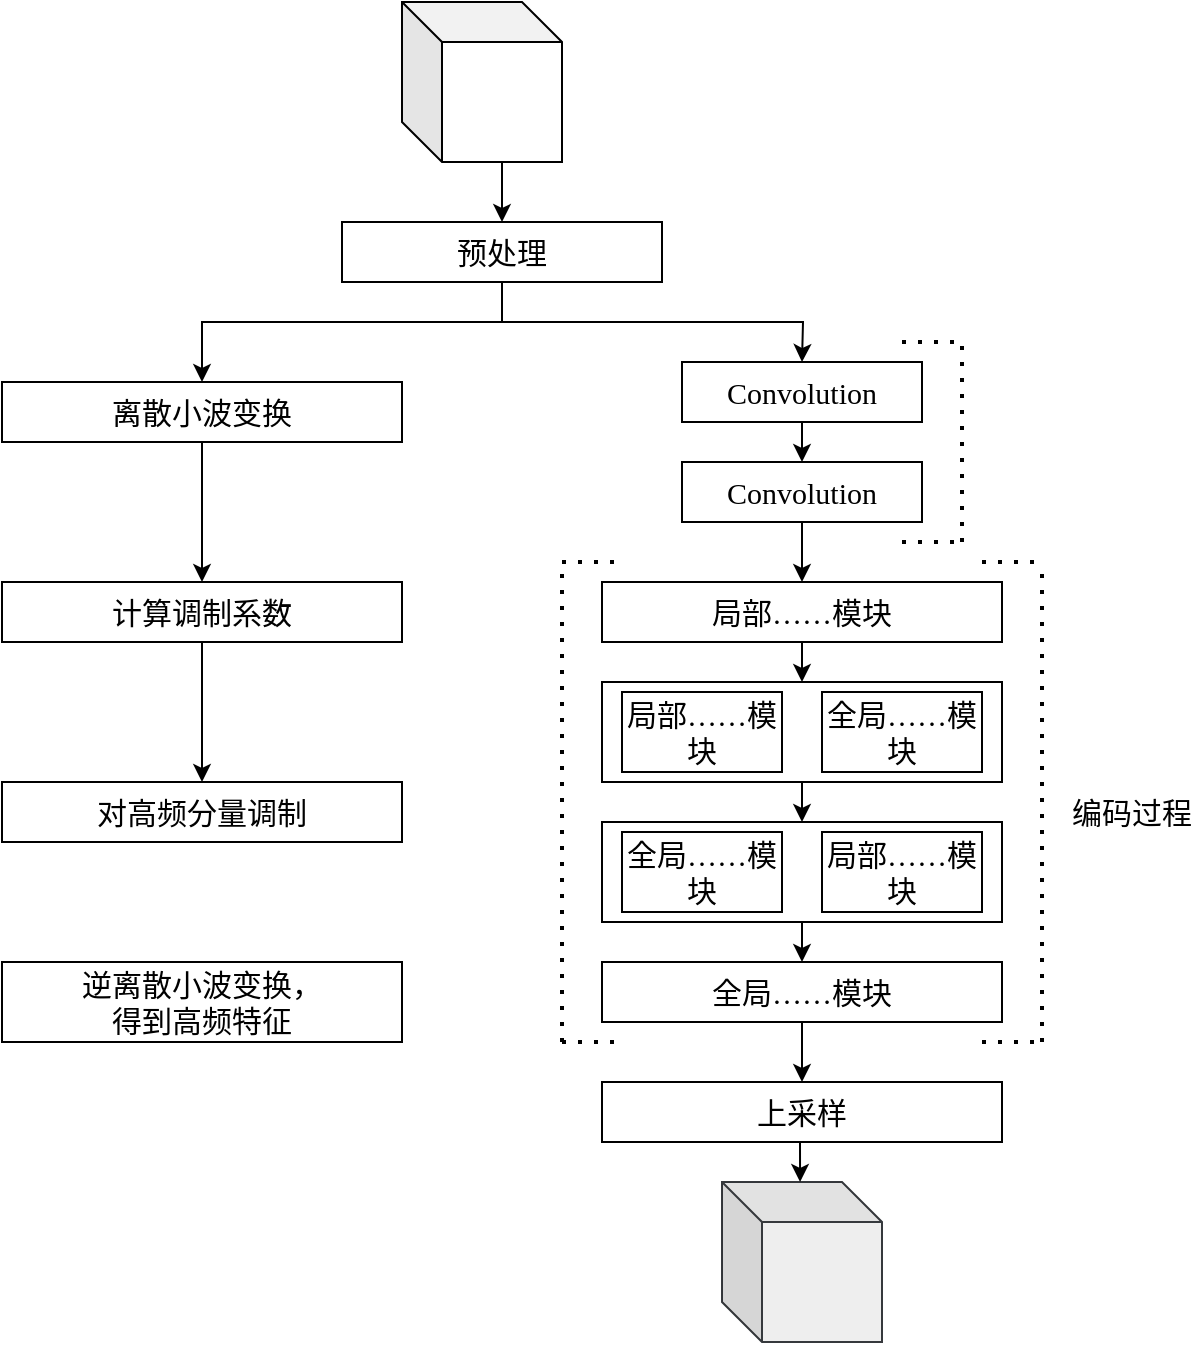
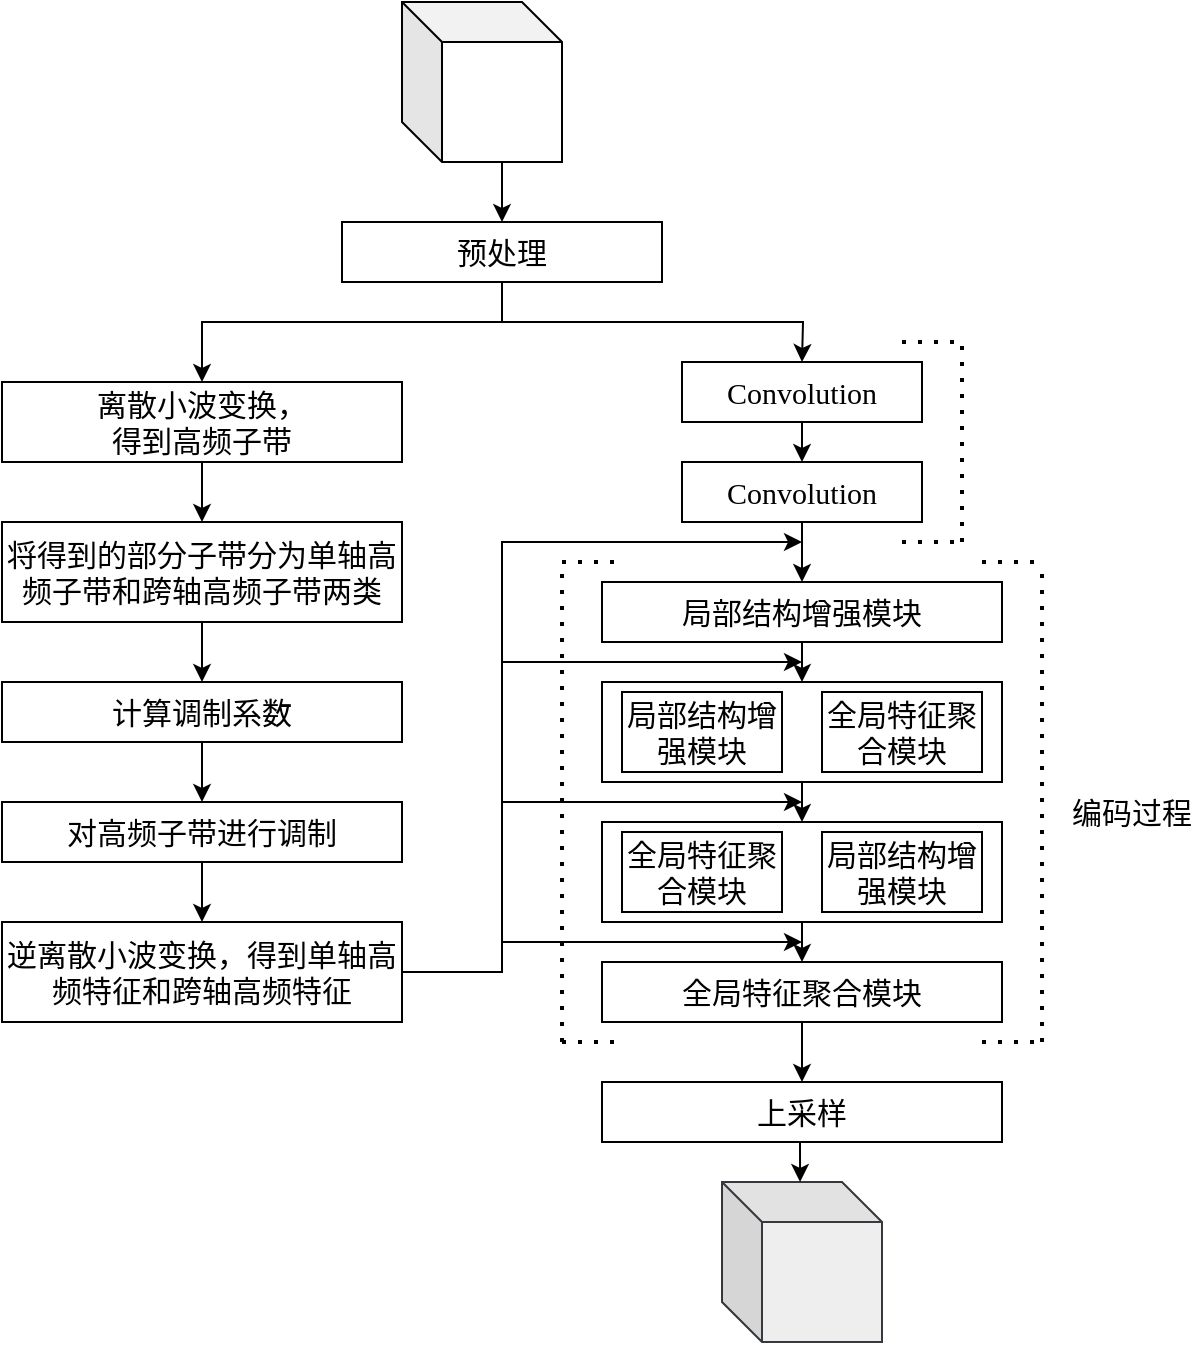
<mxfile host="app.diagrams.net">
  <diagram name="第 1 页" id="5Iq7FNl4cahkRyelhEuZ">
-     <mxGraphModel dx="589" dy="746" grid="1" gridSize="10" guides="1" tooltips="1" connect="1" arrows="1" fold="1" page="1" pageScale="1" pageWidth="827" pageHeight="1169" math="0" shadow="0">
+     <mxGraphModel dx="1406" dy="754" grid="1" gridSize="10" guides="1" tooltips="1" connect="1" arrows="1" fold="1" page="1" pageScale="1" pageWidth="827" pageHeight="1169" math="0" shadow="0">
      <root>
        <mxCell id="0" />
        <mxCell id="1" parent="0" />
        <mxCell id="zwdBU7YMSMu1EzGOEkfI-1" edge="1" parent="1" source="zwdBU7YMSMu1EzGOEkfI-3" style="edgeStyle=orthogonalEdgeStyle;rounded=0;orthogonalLoop=1;jettySize=auto;html=1;exitX=0.5;exitY=1;exitDx=0;exitDy=0;entryX=0.5;entryY=0;entryDx=0;entryDy=0;fontFamily=Times New Roman;" target="1ujZz8C-JaTFy7bkJe4T-16">
          <mxGeometry relative="1" as="geometry">
            <Array as="points">
              <mxPoint x="410" y="180" />
              <mxPoint x="260" y="180" />
            </Array>
            <mxPoint x="260" y="200" as="targetPoint" />
          </mxGeometry>
        </mxCell>
        <mxCell id="zwdBU7YMSMu1EzGOEkfI-2" edge="1" parent="1" source="zwdBU7YMSMu1EzGOEkfI-3" style="edgeStyle=orthogonalEdgeStyle;rounded=0;orthogonalLoop=1;jettySize=auto;html=1;exitX=0.5;exitY=1;exitDx=0;exitDy=0;fontFamily=Times New Roman;">
          <mxGeometry relative="1" as="geometry">
            <mxPoint x="560" y="200" as="targetPoint" />
          </mxGeometry>
        </mxCell>
        <mxCell id="zwdBU7YMSMu1EzGOEkfI-3" parent="1" style="rounded=0;whiteSpace=wrap;html=1;fontFamily=Times New Roman;" value="&lt;font style=&quot;font-size: 15px;&quot;&gt;预处理&lt;/font&gt;" vertex="1">
          <mxGeometry height="30" width="160" x="330" y="130" as="geometry" />
        </mxCell>
        <mxCell id="zwdBU7YMSMu1EzGOEkfI-4" parent="1" style="shape=cube;whiteSpace=wrap;html=1;boundedLbl=1;backgroundOutline=1;darkOpacity=0.05;darkOpacity2=0.1;fontFamily=Times New Roman;" value="" vertex="1">
          <mxGeometry height="80" width="80" x="360" y="20" as="geometry" />
        </mxCell>
        <mxCell id="zwdBU7YMSMu1EzGOEkfI-5" edge="1" parent="1" source="zwdBU7YMSMu1EzGOEkfI-4" style="endArrow=classic;html=1;rounded=0;exitX=0;exitY=0;exitDx=50;exitDy=80;exitPerimeter=0;entryX=0.5;entryY=0;entryDx=0;entryDy=0;fontFamily=Times New Roman;" target="zwdBU7YMSMu1EzGOEkfI-3" value="">
          <mxGeometry height="50" relative="1" width="50" as="geometry">
            <Array as="points" />
            <mxPoint x="470" y="450" as="sourcePoint" />
            <mxPoint x="470" y="470" as="targetPoint" />
          </mxGeometry>
        </mxCell>
        <mxCell id="1ujZz8C-JaTFy7bkJe4T-23" edge="1" parent="1" source="zwdBU7YMSMu1EzGOEkfI-6" style="edgeStyle=orthogonalEdgeStyle;rounded=0;orthogonalLoop=1;jettySize=auto;html=1;exitX=0.5;exitY=1;exitDx=0;exitDy=0;entryX=0.5;entryY=0;entryDx=0;entryDy=0;" target="zwdBU7YMSMu1EzGOEkfI-13">
          <mxGeometry relative="1" as="geometry" />
        </mxCell>
        <mxCell id="zwdBU7YMSMu1EzGOEkfI-6" parent="1" style="rounded=0;whiteSpace=wrap;html=1;fontFamily=Times New Roman;" value="&lt;font style=&quot;font-size: 15px;&quot;&gt;Convolution&lt;/font&gt;" vertex="1">
          <mxGeometry height="30" width="120" x="500" y="250" as="geometry" />
        </mxCell>
        <mxCell id="zwdBU7YMSMu1EzGOEkfI-8" edge="1" parent="1" source="zwdBU7YMSMu1EzGOEkfI-7" style="edgeStyle=orthogonalEdgeStyle;rounded=0;orthogonalLoop=1;jettySize=auto;html=1;exitX=0.5;exitY=1;exitDx=0;exitDy=0;entryX=0.5;entryY=0;entryDx=0;entryDy=0;fontFamily=Times New Roman;" target="zwdBU7YMSMu1EzGOEkfI-6">
          <mxGeometry relative="1" as="geometry">
            <Array as="points">
              <mxPoint x="560" y="240" />
              <mxPoint x="560" y="240" />
            </Array>
          </mxGeometry>
        </mxCell>
        <mxCell id="zwdBU7YMSMu1EzGOEkfI-7" parent="1" style="rounded=0;whiteSpace=wrap;html=1;fontFamily=Times New Roman;" value="&lt;font style=&quot;font-size: 15px;&quot;&gt;Convolution&lt;/font&gt;" vertex="1">
          <mxGeometry height="30" width="120" x="500" y="200" as="geometry" />
        </mxCell>
        <mxCell id="zwdBU7YMSMu1EzGOEkfI-9" edge="1" parent="1" style="endArrow=none;dashed=1;html=1;dashPattern=1 3;strokeWidth=2;rounded=0;fontFamily=Times New Roman;" value="">
          <mxGeometry height="50" relative="1" width="50" as="geometry">
            <mxPoint x="610" y="190" as="sourcePoint" />
            <mxPoint x="640" y="190" as="targetPoint" />
          </mxGeometry>
        </mxCell>
        <mxCell id="zwdBU7YMSMu1EzGOEkfI-10" edge="1" parent="1" style="endArrow=none;dashed=1;html=1;dashPattern=1 3;strokeWidth=2;rounded=0;fontFamily=Times New Roman;" value="">
          <mxGeometry height="50" relative="1" width="50" as="geometry">
            <mxPoint x="640" y="290" as="sourcePoint" />
            <mxPoint x="640" y="190" as="targetPoint" />
          </mxGeometry>
        </mxCell>
        <mxCell id="zwdBU7YMSMu1EzGOEkfI-11" edge="1" parent="1" style="endArrow=none;dashed=1;html=1;dashPattern=1 3;strokeWidth=2;rounded=0;fontFamily=Times New Roman;" value="">
          <mxGeometry height="50" relative="1" width="50" as="geometry">
            <mxPoint x="610" y="290" as="sourcePoint" />
            <mxPoint x="640" y="290" as="targetPoint" />
          </mxGeometry>
        </mxCell>
        <mxCell id="1ujZz8C-JaTFy7bkJe4T-10" edge="1" parent="1" source="zwdBU7YMSMu1EzGOEkfI-13" style="edgeStyle=orthogonalEdgeStyle;rounded=0;orthogonalLoop=1;jettySize=auto;html=1;exitX=0.5;exitY=1;exitDx=0;exitDy=0;entryX=0.5;entryY=0;entryDx=0;entryDy=0;fontFamily=Times New Roman;" target="1ujZz8C-JaTFy7bkJe4T-4">
          <mxGeometry relative="1" as="geometry" />
        </mxCell>
-         <mxCell id="zwdBU7YMSMu1EzGOEkfI-13" parent="1" style="rounded=0;whiteSpace=wrap;html=1;fontFamily=Times New Roman;" value="&lt;span style=&quot;font-size: 15px;&quot;&gt;局部……模块&lt;/span&gt;" vertex="1">
+         <mxCell id="zwdBU7YMSMu1EzGOEkfI-13" parent="1" style="rounded=0;whiteSpace=wrap;html=1;fontFamily=Times New Roman;" value="&lt;span style=&quot;font-size: 15px;&quot;&gt;局部&lt;/span&gt;&lt;font style=&quot;font-size: 15px;&quot;&gt;结构增强&lt;/font&gt;&lt;span style=&quot;font-size: 15px;&quot;&gt;模块&lt;/span&gt;" vertex="1">
          <mxGeometry height="30" width="200" x="460" y="310" as="geometry" />
        </mxCell>
        <mxCell id="1ujZz8C-JaTFy7bkJe4T-14" edge="1" parent="1" source="1ujZz8C-JaTFy7bkJe4T-3" style="edgeStyle=orthogonalEdgeStyle;rounded=0;orthogonalLoop=1;jettySize=auto;html=1;exitX=0.5;exitY=1;exitDx=0;exitDy=0;fontFamily=Times New Roman;">
          <mxGeometry relative="1" as="geometry">
            <mxPoint x="560" y="560" as="targetPoint" />
          </mxGeometry>
        </mxCell>
-         <mxCell id="1ujZz8C-JaTFy7bkJe4T-3" parent="1" style="rounded=0;whiteSpace=wrap;html=1;fontFamily=Times New Roman;" value="&lt;span style=&quot;font-size: 15px;&quot;&gt;全局……模块&lt;/span&gt;" vertex="1">
+         <mxCell id="1ujZz8C-JaTFy7bkJe4T-3" parent="1" style="rounded=0;whiteSpace=wrap;html=1;fontFamily=Times New Roman;" value="&lt;span style=&quot;font-size: 15px;&quot;&gt;全局特征聚合模块&lt;/span&gt;" vertex="1">
          <mxGeometry height="30" width="200" x="460" y="500" as="geometry" />
        </mxCell>
        <mxCell id="1ujZz8C-JaTFy7bkJe4T-6" connectable="0" parent="1" style="group;fontFamily=Times New Roman;" value="" vertex="1">
          <mxGeometry height="50" width="200" x="460" y="360" as="geometry" />
        </mxCell>
        <mxCell id="1ujZz8C-JaTFy7bkJe4T-4" parent="1ujZz8C-JaTFy7bkJe4T-6" style="rounded=0;whiteSpace=wrap;html=1;fontFamily=Times New Roman;" value="" vertex="1">
          <mxGeometry height="50" width="200" as="geometry" />
        </mxCell>
-         <mxCell id="zwdBU7YMSMu1EzGOEkfI-14" parent="1ujZz8C-JaTFy7bkJe4T-6" style="rounded=0;whiteSpace=wrap;html=1;fontFamily=Times New Roman;" value="&lt;span style=&quot;font-size: 15px;&quot;&gt;局部……模块&lt;/span&gt;" vertex="1">
+         <mxCell id="zwdBU7YMSMu1EzGOEkfI-14" parent="1ujZz8C-JaTFy7bkJe4T-6" style="rounded=0;whiteSpace=wrap;html=1;fontFamily=Times New Roman;" value="&lt;span style=&quot;font-size: 15px;&quot;&gt;局部&lt;/span&gt;&lt;font style=&quot;font-size: 15px;&quot;&gt;结构增强&lt;/font&gt;&lt;span style=&quot;font-size: 15px;&quot;&gt;模块&lt;/span&gt;" vertex="1">
          <mxGeometry height="40" width="80" x="10" y="5" as="geometry" />
        </mxCell>
-         <mxCell id="zwdBU7YMSMu1EzGOEkfI-15" parent="1ujZz8C-JaTFy7bkJe4T-6" style="rounded=0;whiteSpace=wrap;html=1;fontFamily=Times New Roman;" value="&lt;span style=&quot;font-size: 15px;&quot;&gt;全局……模块&lt;/span&gt;" vertex="1">
+         <mxCell id="zwdBU7YMSMu1EzGOEkfI-15" parent="1ujZz8C-JaTFy7bkJe4T-6" style="rounded=0;whiteSpace=wrap;html=1;fontFamily=Times New Roman;" value="&lt;span style=&quot;font-size: 15px;&quot;&gt;全局特征聚合模块&lt;/span&gt;" vertex="1">
          <mxGeometry height="40" width="80" x="110" y="5" as="geometry" />
        </mxCell>
        <mxCell id="1ujZz8C-JaTFy7bkJe4T-7" connectable="0" parent="1" style="group;fontFamily=Times New Roman;" value="" vertex="1">
          <mxGeometry height="50" width="200" x="460" y="430" as="geometry" />
        </mxCell>
        <mxCell id="1ujZz8C-JaTFy7bkJe4T-5" parent="1ujZz8C-JaTFy7bkJe4T-7" style="rounded=0;whiteSpace=wrap;html=1;fontFamily=Times New Roman;" value="" vertex="1">
          <mxGeometry height="50" width="200" as="geometry" />
        </mxCell>
-         <mxCell id="1ujZz8C-JaTFy7bkJe4T-1" parent="1ujZz8C-JaTFy7bkJe4T-7" style="rounded=0;whiteSpace=wrap;html=1;fontFamily=Times New Roman;" value="&lt;span style=&quot;font-size: 15px;&quot;&gt;全局……模块&lt;/span&gt;" vertex="1">
+         <mxCell id="1ujZz8C-JaTFy7bkJe4T-1" parent="1ujZz8C-JaTFy7bkJe4T-7" style="rounded=0;whiteSpace=wrap;html=1;fontFamily=Times New Roman;" value="&lt;span style=&quot;font-size: 15px;&quot;&gt;全局特征聚合模块&lt;/span&gt;" vertex="1">
          <mxGeometry height="40" width="80" x="10" y="5" as="geometry" />
        </mxCell>
-         <mxCell id="1ujZz8C-JaTFy7bkJe4T-2" parent="1ujZz8C-JaTFy7bkJe4T-7" style="rounded=0;whiteSpace=wrap;html=1;fontFamily=Times New Roman;" value="&lt;span style=&quot;font-size: 15px;&quot;&gt;局部……模块&lt;/span&gt;" vertex="1">
+         <mxCell id="1ujZz8C-JaTFy7bkJe4T-2" parent="1ujZz8C-JaTFy7bkJe4T-7" style="rounded=0;whiteSpace=wrap;html=1;fontFamily=Times New Roman;" value="&lt;span style=&quot;font-size: 15px;&quot;&gt;局部&lt;/span&gt;&lt;font style=&quot;font-size: 15px;&quot;&gt;结构增强&lt;/font&gt;&lt;span style=&quot;font-size: 15px;&quot;&gt;模块&lt;/span&gt;" vertex="1">
          <mxGeometry height="40" width="80" x="110" y="5" as="geometry" />
        </mxCell>
        <mxCell id="1ujZz8C-JaTFy7bkJe4T-11" edge="1" parent="1" source="1ujZz8C-JaTFy7bkJe4T-4" style="edgeStyle=orthogonalEdgeStyle;rounded=0;orthogonalLoop=1;jettySize=auto;html=1;exitX=0.5;exitY=1;exitDx=0;exitDy=0;entryX=0.5;entryY=0;entryDx=0;entryDy=0;fontFamily=Times New Roman;" target="1ujZz8C-JaTFy7bkJe4T-5">
          <mxGeometry relative="1" as="geometry" />
        </mxCell>
        <mxCell id="1ujZz8C-JaTFy7bkJe4T-13" edge="1" parent="1" source="1ujZz8C-JaTFy7bkJe4T-5" style="edgeStyle=orthogonalEdgeStyle;rounded=0;orthogonalLoop=1;jettySize=auto;html=1;exitX=0.5;exitY=1;exitDx=0;exitDy=0;entryX=0.5;entryY=0;entryDx=0;entryDy=0;fontFamily=Times New Roman;" target="1ujZz8C-JaTFy7bkJe4T-3">
          <mxGeometry relative="1" as="geometry" />
        </mxCell>
        <mxCell id="1ujZz8C-JaTFy7bkJe4T-15" parent="1" style="rounded=0;whiteSpace=wrap;html=1;fontFamily=Times New Roman;" value="&lt;font style=&quot;font-size: 15px;&quot;&gt;上采样&lt;/font&gt;" vertex="1">
          <mxGeometry height="30" width="200" x="460" y="560" as="geometry" />
        </mxCell>
-         <mxCell id="1ujZz8C-JaTFy7bkJe4T-31" edge="1" parent="1" source="1ujZz8C-JaTFy7bkJe4T-16" style="edgeStyle=orthogonalEdgeStyle;rounded=0;orthogonalLoop=1;jettySize=auto;html=1;exitX=0.5;exitY=1;exitDx=0;exitDy=0;entryX=0.5;entryY=0;entryDx=0;entryDy=0;" target="1ujZz8C-JaTFy7bkJe4T-30">
-           <mxGeometry relative="1" as="geometry" />
-         </mxCell>
-         <mxCell id="1ujZz8C-JaTFy7bkJe4T-16" parent="1" style="rounded=0;whiteSpace=wrap;html=1;fontFamily=Times New Roman;" value="&lt;span style=&quot;font-size: 15px;&quot;&gt;离散小波变换&lt;/span&gt;" vertex="1">
-           <mxGeometry height="30" width="200" x="160" y="210" as="geometry" />
+         <mxCell id="1ujZz8C-JaTFy7bkJe4T-42" edge="1" parent="1" source="1ujZz8C-JaTFy7bkJe4T-16" style="edgeStyle=orthogonalEdgeStyle;rounded=0;orthogonalLoop=1;jettySize=auto;html=1;exitX=0.5;exitY=1;exitDx=0;exitDy=0;entryX=0.5;entryY=0;entryDx=0;entryDy=0;" target="1ujZz8C-JaTFy7bkJe4T-26">
+           <mxGeometry relative="1" as="geometry" />
+         </mxCell>
+         <mxCell id="1ujZz8C-JaTFy7bkJe4T-16" parent="1" style="rounded=0;whiteSpace=wrap;html=1;fontFamily=Times New Roman;" value="&lt;span style=&quot;font-size: 15px;&quot;&gt;离散小波变换，&lt;/span&gt;&lt;div&gt;&lt;span style=&quot;font-size: 15px;&quot;&gt;得到高频子带&lt;/span&gt;&lt;/div&gt;" vertex="1">
+           <mxGeometry height="40" width="200" x="160" y="210" as="geometry" />
        </mxCell>
        <mxCell id="1ujZz8C-JaTFy7bkJe4T-17" edge="1" parent="1" style="endArrow=none;dashed=1;html=1;dashPattern=1 3;strokeWidth=2;rounded=0;fontFamily=Times New Roman;" value="">
          <mxGeometry height="50" relative="1" width="50" as="geometry">
            <mxPoint x="650" y="300" as="sourcePoint" />
            <mxPoint x="680" y="300" as="targetPoint" />
          </mxGeometry>
        </mxCell>
        <mxCell id="1ujZz8C-JaTFy7bkJe4T-18" edge="1" parent="1" style="endArrow=none;dashed=1;html=1;dashPattern=1 3;strokeWidth=2;rounded=0;fontFamily=Times New Roman;" value="">
          <mxGeometry height="50" relative="1" width="50" as="geometry">
            <mxPoint x="680" y="540" as="sourcePoint" />
            <mxPoint x="680" y="300" as="targetPoint" />
          </mxGeometry>
        </mxCell>
        <mxCell id="1ujZz8C-JaTFy7bkJe4T-19" edge="1" parent="1" style="endArrow=none;dashed=1;html=1;dashPattern=1 3;strokeWidth=2;rounded=0;fontFamily=Times New Roman;" value="">
          <mxGeometry height="50" relative="1" width="50" as="geometry">
            <mxPoint x="650" y="540" as="sourcePoint" />
            <mxPoint x="680" y="540" as="targetPoint" />
          </mxGeometry>
        </mxCell>
        <mxCell id="1ujZz8C-JaTFy7bkJe4T-20" parent="1" style="text;html=1;whiteSpace=wrap;strokeColor=none;fillColor=none;align=center;verticalAlign=middle;rounded=0;" value="&lt;font style=&quot;font-size: 15px;&quot;&gt;编码过程&lt;/font&gt;" vertex="1">
          <mxGeometry height="30" width="70" x="690" y="410" as="geometry" />
        </mxCell>
-         <mxCell id="1ujZz8C-JaTFy7bkJe4T-21" parent="1" style="rounded=0;whiteSpace=wrap;html=1;fontFamily=Times New Roman;" value="&lt;span style=&quot;font-size: 15px;&quot;&gt;逆离散小波变换，&lt;/span&gt;&lt;div&gt;&lt;span style=&quot;font-size: 15px;&quot;&gt;得到高频特征&lt;/span&gt;&lt;/div&gt;" vertex="1">
-           <mxGeometry height="40" width="200" x="160" y="500" as="geometry" />
+         <mxCell id="1ujZz8C-JaTFy7bkJe4T-34" edge="1" parent="1" source="1ujZz8C-JaTFy7bkJe4T-21" style="edgeStyle=orthogonalEdgeStyle;rounded=0;orthogonalLoop=1;jettySize=auto;html=1;exitX=1;exitY=0.5;exitDx=0;exitDy=0;">
+           <mxGeometry relative="1" as="geometry">
+             <Array as="points">
+               <mxPoint x="410" y="505" />
+               <mxPoint x="410" y="490" />
+             </Array>
+             <mxPoint x="560" y="490" as="targetPoint" />
+           </mxGeometry>
+         </mxCell>
+         <mxCell id="1ujZz8C-JaTFy7bkJe4T-35" edge="1" parent="1" source="1ujZz8C-JaTFy7bkJe4T-21" style="edgeStyle=orthogonalEdgeStyle;rounded=0;orthogonalLoop=1;jettySize=auto;html=1;exitX=1;exitY=0.5;exitDx=0;exitDy=0;">
+           <mxGeometry relative="1" as="geometry">
+             <Array as="points">
+               <mxPoint x="410" y="505" />
+               <mxPoint x="410" y="420" />
+             </Array>
+             <mxPoint x="560" y="420" as="targetPoint" />
+           </mxGeometry>
+         </mxCell>
+         <mxCell id="1ujZz8C-JaTFy7bkJe4T-36" edge="1" parent="1" source="1ujZz8C-JaTFy7bkJe4T-21" style="edgeStyle=orthogonalEdgeStyle;rounded=0;orthogonalLoop=1;jettySize=auto;html=1;exitX=1;exitY=0.5;exitDx=0;exitDy=0;">
+           <mxGeometry relative="1" as="geometry">
+             <Array as="points">
+               <mxPoint x="410" y="505" />
+               <mxPoint x="410" y="350" />
+             </Array>
+             <mxPoint x="560" y="350" as="targetPoint" />
+           </mxGeometry>
+         </mxCell>
+         <mxCell id="1ujZz8C-JaTFy7bkJe4T-37" edge="1" parent="1" source="1ujZz8C-JaTFy7bkJe4T-21" style="edgeStyle=orthogonalEdgeStyle;rounded=0;orthogonalLoop=1;jettySize=auto;html=1;exitX=1;exitY=0.5;exitDx=0;exitDy=0;">
+           <mxGeometry relative="1" as="geometry">
+             <Array as="points">
+               <mxPoint x="410" y="505" />
+               <mxPoint x="410" y="290" />
+             </Array>
+             <mxPoint x="560" y="290" as="targetPoint" />
+           </mxGeometry>
+         </mxCell>
+         <mxCell id="1ujZz8C-JaTFy7bkJe4T-21" parent="1" style="rounded=0;whiteSpace=wrap;html=1;fontFamily=Times New Roman;" value="&lt;span style=&quot;font-size: 15px;&quot;&gt;逆离散小波变换，得到单轴高频特征和跨轴高频特征&lt;/span&gt;" vertex="1">
+           <mxGeometry height="50" width="200" x="160" y="480" as="geometry" />
        </mxCell>
        <mxCell id="1ujZz8C-JaTFy7bkJe4T-24" parent="1" style="shape=cube;whiteSpace=wrap;html=1;boundedLbl=1;backgroundOutline=1;darkOpacity=0.05;darkOpacity2=0.1;fontFamily=Times New Roman;fillColor=#eeeeee;strokeColor=#36393d;" value="" vertex="1">
          <mxGeometry height="80" width="80" x="520" y="610" as="geometry" />
        </mxCell>
        <mxCell id="1ujZz8C-JaTFy7bkJe4T-25" edge="1" parent="1" source="1ujZz8C-JaTFy7bkJe4T-15" style="edgeStyle=orthogonalEdgeStyle;rounded=0;orthogonalLoop=1;jettySize=auto;html=1;exitX=0.5;exitY=1;exitDx=0;exitDy=0;entryX=0.488;entryY=0;entryDx=0;entryDy=0;entryPerimeter=0;" target="1ujZz8C-JaTFy7bkJe4T-24">
          <mxGeometry relative="1" as="geometry" />
        </mxCell>
-         <mxCell id="1ujZz8C-JaTFy7bkJe4T-26" parent="1" style="rounded=0;whiteSpace=wrap;html=1;fontFamily=Times New Roman;" value="&lt;span style=&quot;font-size: 15px;&quot;&gt;对高频分量调制&lt;/span&gt;" vertex="1">
-           <mxGeometry height="30" width="200" x="160" y="410" as="geometry" />
+         <mxCell id="1ujZz8C-JaTFy7bkJe4T-43" edge="1" parent="1" source="1ujZz8C-JaTFy7bkJe4T-26" style="edgeStyle=orthogonalEdgeStyle;rounded=0;orthogonalLoop=1;jettySize=auto;html=1;exitX=0.5;exitY=1;exitDx=0;exitDy=0;entryX=0.5;entryY=0;entryDx=0;entryDy=0;" target="1ujZz8C-JaTFy7bkJe4T-30">
+           <mxGeometry relative="1" as="geometry" />
+         </mxCell>
+         <mxCell id="1ujZz8C-JaTFy7bkJe4T-26" parent="1" style="rounded=0;whiteSpace=wrap;html=1;fontFamily=Times New Roman;" value="&lt;span style=&quot;color: rgb(0, 0, 0); font-family: &amp;quot;Times New Roman&amp;quot;; font-size: 15px; font-style: normal; font-variant-ligatures: normal; font-variant-caps: normal; font-weight: 400; letter-spacing: normal; orphans: 2; text-align: center; text-indent: 0px; text-transform: none; widows: 2; word-spacing: 0px; -webkit-text-stroke-width: 0px; white-space: normal; text-decoration-thickness: initial; text-decoration-style: initial; text-decoration-color: initial; float: none; background-color: light-dark(#ffffff, var(--ge-dark-color, #121212)); display: inline !important;&quot;&gt;将得到的部分子带分为单轴高频子带和跨轴高频子带两类&lt;/span&gt;" vertex="1">
+           <mxGeometry height="50" width="200" x="160" y="280" as="geometry" />
        </mxCell>
        <mxCell id="1ujZz8C-JaTFy7bkJe4T-27" edge="1" parent="1" style="endArrow=none;dashed=1;html=1;dashPattern=1 3;strokeWidth=2;rounded=0;fontFamily=Times New Roman;" value="">
          <mxGeometry height="50" relative="1" width="50" as="geometry">
            <mxPoint x="440" y="540" as="sourcePoint" />
            <mxPoint x="440" y="300" as="targetPoint" />
          </mxGeometry>
        </mxCell>
        <mxCell id="1ujZz8C-JaTFy7bkJe4T-28" edge="1" parent="1" style="endArrow=none;dashed=1;html=1;dashPattern=1 3;strokeWidth=2;rounded=0;fontFamily=Times New Roman;" value="">
          <mxGeometry height="50" relative="1" width="50" as="geometry">
            <mxPoint x="440" y="300" as="sourcePoint" />
            <mxPoint x="470" y="300" as="targetPoint" />
          </mxGeometry>
        </mxCell>
        <mxCell id="1ujZz8C-JaTFy7bkJe4T-29" edge="1" parent="1" style="endArrow=none;dashed=1;html=1;dashPattern=1 3;strokeWidth=2;rounded=0;fontFamily=Times New Roman;" value="">
          <mxGeometry height="50" relative="1" width="50" as="geometry">
            <mxPoint x="440" y="540" as="sourcePoint" />
            <mxPoint x="470" y="540" as="targetPoint" />
          </mxGeometry>
        </mxCell>
-         <mxCell id="1ujZz8C-JaTFy7bkJe4T-32" edge="1" parent="1" source="1ujZz8C-JaTFy7bkJe4T-30" style="edgeStyle=orthogonalEdgeStyle;rounded=0;orthogonalLoop=1;jettySize=auto;html=1;exitX=0.5;exitY=1;exitDx=0;exitDy=0;" target="1ujZz8C-JaTFy7bkJe4T-26">
+         <mxCell id="1ujZz8C-JaTFy7bkJe4T-44" edge="1" parent="1" source="1ujZz8C-JaTFy7bkJe4T-30" style="edgeStyle=orthogonalEdgeStyle;rounded=0;orthogonalLoop=1;jettySize=auto;html=1;exitX=0.5;exitY=1;exitDx=0;exitDy=0;entryX=0.5;entryY=0;entryDx=0;entryDy=0;" target="1ujZz8C-JaTFy7bkJe4T-39">
          <mxGeometry relative="1" as="geometry" />
        </mxCell>
        <mxCell id="1ujZz8C-JaTFy7bkJe4T-30" parent="1" style="rounded=0;whiteSpace=wrap;html=1;fontFamily=Times New Roman;" value="&lt;span style=&quot;font-size: 15px;&quot;&gt;计算调制系数&lt;/span&gt;" vertex="1">
-           <mxGeometry height="30" width="200" x="160" y="310" as="geometry" />
+           <mxGeometry height="30" width="200" x="160" y="360" as="geometry" />
+         </mxCell>
+         <mxCell id="1ujZz8C-JaTFy7bkJe4T-41" edge="1" parent="1" source="1ujZz8C-JaTFy7bkJe4T-39" style="edgeStyle=orthogonalEdgeStyle;rounded=0;orthogonalLoop=1;jettySize=auto;html=1;exitX=0.5;exitY=1;exitDx=0;exitDy=0;" target="1ujZz8C-JaTFy7bkJe4T-21">
+           <mxGeometry relative="1" as="geometry" />
+         </mxCell>
+         <mxCell id="1ujZz8C-JaTFy7bkJe4T-39" parent="1" style="rounded=0;whiteSpace=wrap;html=1;fontFamily=Times New Roman;" value="&lt;font style=&quot;font-size: 15px;&quot;&gt;对高频子带进行调制&lt;/font&gt;" vertex="1">
+           <mxGeometry height="30" width="200" x="160" y="420" as="geometry" />
        </mxCell>
      </root>
    </mxGraphModel>
  </diagram>
</mxfile>
